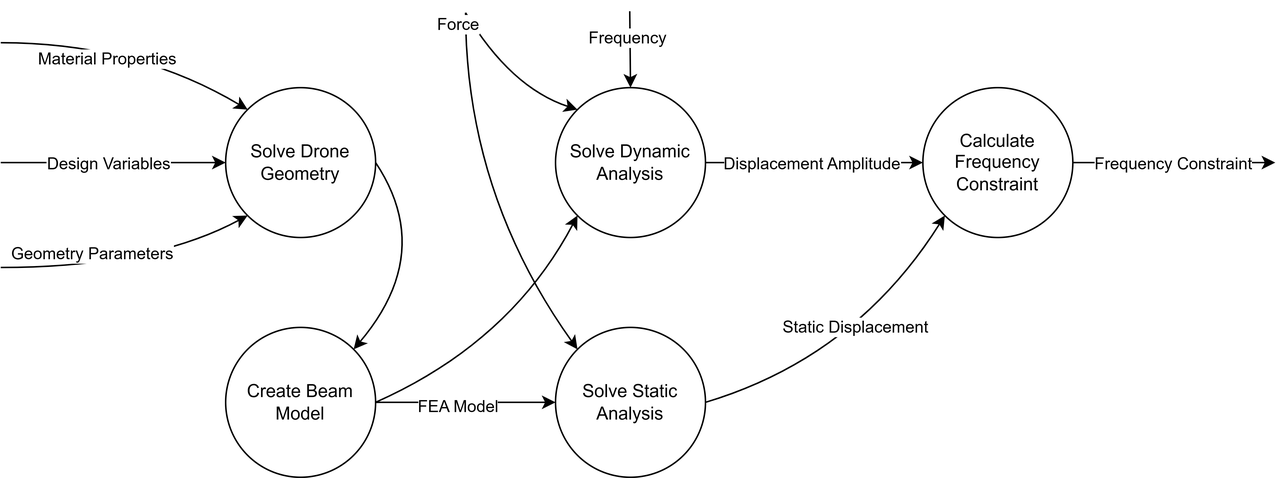
NathanielHargan/UAV_Optimization keeps this draw.io diagram as Thesis/Images/DFDs/DFDFrequency.png. Above is the earlier version. Source tidied: cells renumbered, new cells last; positions are measured from the earlier drawing's top-left corner, leaving out a move shared by most shapes.
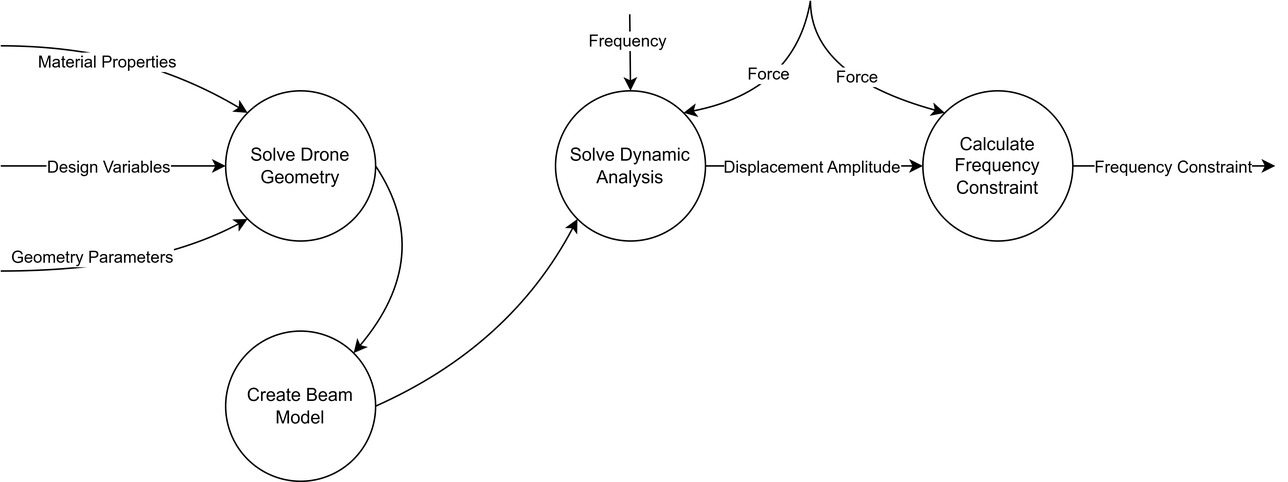
The same diagram one commit later.

The edit, as a diff of the source:
```diff
@@ -44,15 +44,6 @@
         <mxPoint x="52" y="-9" as="offset" />
       </mxGeometry>
     </mxCell>
-    <mxCell id="10" value="Solve Static Analysis" style="ellipse;whiteSpace=wrap;html=1;" parent="1" vertex="1">
-      <mxGeometry x="370" y="211" width="100" height="100" as="geometry" />
-    </mxCell>
-    <mxCell id="11" style="endArrow=classic;html=1;rounded=0;entryX=0;entryY=0.5;entryDx=0;entryDy=0;exitX=1;exitY=0.5;exitDx=0;exitDy=0;" parent="1" edge="1" source="5" target="10">
-      <mxGeometry relative="1" as="geometry" />
-    </mxCell>
-    <mxCell id="12" value="FEA Model" style="edgeLabel;html=1;align=center;verticalAlign=middle;" parent="11" vertex="1">
-      <mxGeometry x="-0.1" y="-2" relative="1" as="geometry" />
-    </mxCell>
     <mxCell id="13" value="Calculate Frequency Constraint" style="ellipse;whiteSpace=wrap;html=1;" parent="1" vertex="1">
       <mxGeometry x="615" y="51" width="100" height="100" as="geometry" />
     </mxCell>
@@ -84,27 +75,14 @@
         </Array>
       </mxGeometry>
     </mxCell>
-    <mxCell id="19" style="curved=1;endArrow=classic;html=1;rounded=0;entryX=0;entryY=0;entryDx=0;entryDy=0;" parent="1" edge="1" target="17">
+    <mxCell id="19" style="curved=1;endArrow=classic;html=1;rounded=0;entryX=0;entryY=0;entryDx=0;entryDy=0;" parent="1" edge="1" target="13">
       <mxGeometry relative="1" as="geometry">
-        <mxPoint x="310" y="1" as="sourcePoint" />
+        <mxPoint x="540" y="-9" as="sourcePoint" />
         <Array as="points">
-          <mxPoint x="340" y="51" />
+          <mxPoint x="540" y="41" />
         </Array>
       </mxGeometry>
     </mxCell>
-    <mxCell id="20" style="curved=1;endArrow=classic;html=1;rounded=0;entryX=0;entryY=0;entryDx=0;entryDy=0;" parent="1" edge="1" target="10">
-      <mxGeometry relative="1" as="geometry">
-        <mxPoint x="310" y="1" as="sourcePoint" />
-        <Array as="points">
-          <mxPoint x="310" y="121" />
-        </Array>
-      </mxGeometry>
-    </mxCell>
-    <mxCell id="21" value="Force" style="edgeLabel;html=1;align=center;verticalAlign=middle;" parent="1" vertex="1">
-      <mxGeometry x="315" y="1" as="geometry">
-        <mxPoint x="-11" y="7" as="offset" />
-      </mxGeometry>
-    </mxCell>
     <mxCell id="22" style="endArrow=classic;html=1;rounded=0;exitX=1;exitY=0.5;exitDx=0;exitDy=0;entryX=0;entryY=0.5;entryDx=0;entryDy=0;" parent="1" edge="1" source="17" target="13">
       <mxGeometry relative="1" as="geometry" />
     </mxCell>
@@ -113,18 +91,6 @@
         <mxPoint x="19" y="-2" as="offset" />
       </mxGeometry>
     </mxCell>
-    <mxCell id="24" style="curved=1;endArrow=classic;html=1;rounded=0;entryX=0;entryY=1;entryDx=0;entryDy=0;exitX=1;exitY=0.5;exitDx=0;exitDy=0;" parent="1" edge="1" source="10" target="13">
-      <mxGeometry relative="1" as="geometry">
-        <Array as="points">
-          <mxPoint x="570" y="231" />
-        </Array>
-      </mxGeometry>
-    </mxCell>
-    <mxCell id="25" value="Static Displacement" style="edgeLabel;html=1;align=center;verticalAlign=middle;" parent="24" vertex="1">
-      <mxGeometry x="-0.4" y="12" relative="1" as="geometry">
-        <mxPoint x="41" y="-20" as="offset" />
-      </mxGeometry>
-    </mxCell>
     <mxCell id="26" style="endArrow=classic;html=1;rounded=0;entryX=0.5;entryY=0;entryDx=0;entryDy=0;" parent="1" edge="1" target="17">
       <mxGeometry relative="1" as="geometry">
         <mxPoint x="419.5" as="sourcePoint" />
@@ -133,5 +99,19 @@
     <mxCell id="27" value="Frequency" style="edgeLabel;html=1;align=center;verticalAlign=middle;" parent="26" vertex="1">
       <mxGeometry x="-0.34" y="-2" relative="1" as="geometry" />
     </mxCell>
+    <mxCell id="28" style="curved=1;endArrow=classic;html=1;rounded=0;entryX=1;entryY=0;entryDx=0;entryDy=0;" parent="1" edge="1" target="17">
+      <mxGeometry relative="1" as="geometry">
+        <mxPoint x="540" y="-9" as="sourcePoint" />
+        <Array as="points">
+          <mxPoint x="530" y="51" />
+        </Array>
+      </mxGeometry>
+    </mxCell>
+    <mxCell id="29" value="Force" style="edgeLabel;html=1;align=center;verticalAlign=middle;" parent="28" vertex="1">
+      <mxGeometry x="0.13" y="-15" relative="1" as="geometry" />
+    </mxCell>
+    <mxCell id="30" value="Force" style="edgeLabel;html=1;align=center;verticalAlign=middle;" parent="1" vertex="1">
+      <mxGeometry x="570" y="41" as="geometry" />
+    </mxCell>
   </root>
 </mxGraphModel>
```
